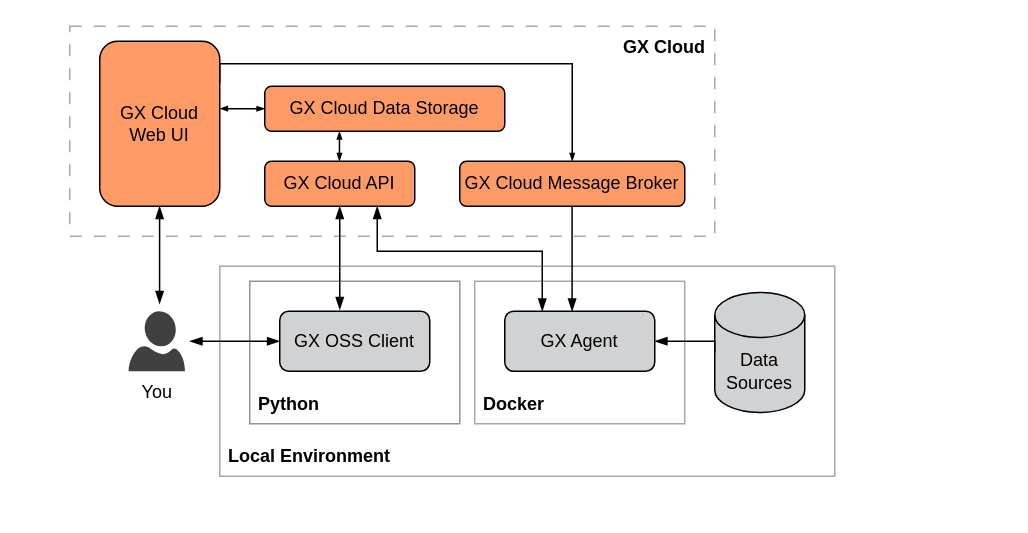
great-expectations/great_expectations keeps this draw.io diagram as page "deployment-gx-oss-local" (3 of 5) of docs/docusaurus/docs/cloud/architecture_deployment_images/gx_cloud_architecture_and_deployment_diagrams.drawio. Above is the earlier version. Source tidied: cells renumbered, new cells numbered last; positions are measured from the earlier drawing's top-left corner, leaving out a move shared by most shapes. Both pictures are drawn from the tidied source at 150%, with x=0, y=0 at pixel (69, 26).
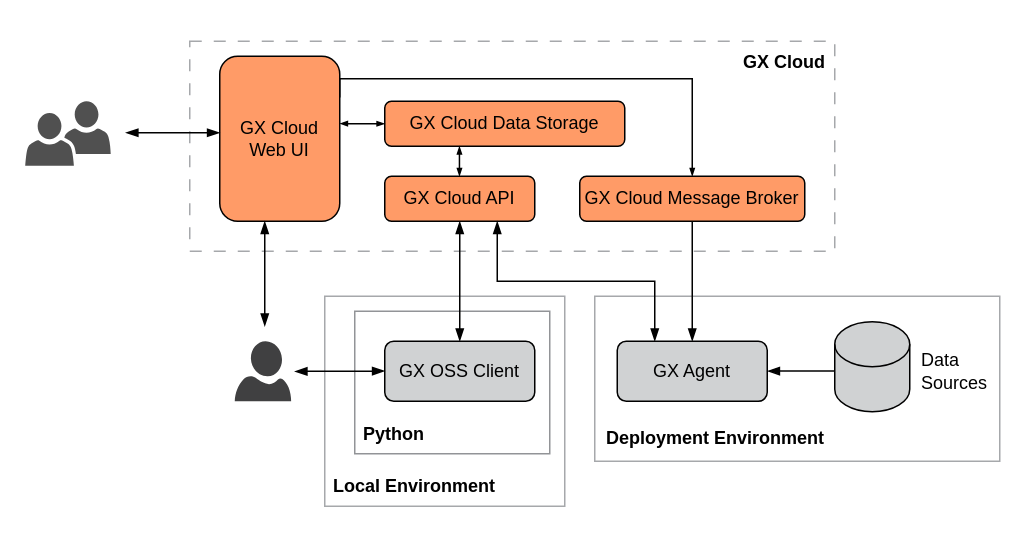
The same diagram, later.

Commit message (it also covers changes not shown here):
update About GX Cloud to reference GX Agent running in deployment environment

The edit, as a diff of the source:
```diff
@@
-    <mxCell id="2" style="rounded=0;whiteSpace=wrap;html=1;strokeColor=#a6a8ab;fillColor=none;dashed=1;dashPattern=8 8;" parent="1" vertex="1">
-      <mxGeometry width="430" height="140" as="geometry" />
-    </mxCell>
     <mxCell id="3" style="rounded=0;whiteSpace=wrap;html=1;strokeColor=#a6a8ab;fillColor=none;perimeterSpacing=0;" parent="1" vertex="1">
-      <mxGeometry x="100" y="160" width="410" height="140" as="geometry" />
+      <mxGeometry x="170" y="180" width="160" height="140" as="geometry" />
     </mxCell>
-    <mxCell id="4" style="rounded=0;whiteSpace=wrap;html=1;strokeColor=#a6a8ab;fillColor=none;perimeterSpacing=0;" parent="1" vertex="1">
-      <mxGeometry x="270" y="170" width="140" height="95" as="geometry" />
-    </mxCell>
-    <mxCell id="5" value="GX Cloud&lt;br&gt;Web UI" style="rounded=1;whiteSpace=wrap;html=1;strokeWidth=1;fillColor=#FF9B67;" parent="1" vertex="1">
-      <mxGeometry x="20" y="10" width="80" height="110" as="geometry" />
-    </mxCell>
-    <mxCell id="6" value="&lt;b&gt;GX Cloud&lt;/b&gt;" style="text;html=1;strokeColor=none;fillColor=none;align=right;verticalAlign=top;whiteSpace=wrap;rounded=0;spacing=0;spacingLeft=6;spacingTop=2;spacingRight=6;" parent="1" vertex="1">
-      <mxGeometry x="360" width="70" height="30" as="geometry" />
-    </mxCell>
     <mxCell id="7" value="&lt;b&gt;Local Environment&lt;/b&gt;" style="text;html=1;strokeColor=none;fillColor=none;align=left;verticalAlign=bottom;whiteSpace=wrap;rounded=0;spacing=0;spacingTop=2;spacingLeft=6;spacingRight=6;spacingBottom=6;" parent="1" vertex="1">
-      <mxGeometry x="100" y="270" width="120" height="30" as="geometry" />
+      <mxGeometry x="170" y="290" width="120" height="30" as="geometry" />
     </mxCell>
-    <mxCell id="8" value="GX Cloud Data Storage" style="rounded=1;whiteSpace=wrap;html=1;strokeWidth=1;fillColor=#FF9B67;" parent="1" vertex="1">
-      <mxGeometry x="130" y="40" width="160" height="30" as="geometry" />
-    </mxCell>
-    <mxCell id="9" value="GX Cloud API" style="rounded=1;whiteSpace=wrap;html=1;strokeWidth=1;fillColor=#FF9B67;" parent="1" vertex="1">
-      <mxGeometry x="130" y="90" width="100" height="30" as="geometry" />
-    </mxCell>
-    <mxCell id="10" style="shape=cylinder3;whiteSpace=wrap;html=1;boundedLbl=1;backgroundOutline=1;size=15;strokeWidth=1;fillColor=#D0D2D3;" parent="1" vertex="1">
-      <mxGeometry x="430" y="177.5" width="60" height="80" as="geometry" />
-    </mxCell>
-    <mxCell id="11" value="Data Sources" style="text;html=1;strokeColor=none;fillColor=none;align=center;verticalAlign=middle;whiteSpace=wrap;rounded=0;" parent="1" vertex="1">
-      <mxGeometry x="430" y="215" width="60" height="30" as="geometry" />
-    </mxCell>
-    <mxCell id="12" style="endArrow=blockThin;startArrow=none;html=1;rounded=0;startFill=0;edgeStyle=orthogonalEdgeStyle;endFill=1;exitX=0;exitY=0.5;exitDx=0;exitDy=0;exitPerimeter=0;entryX=1;entryY=0.5;entryDx=0;entryDy=0;" parent="1" edge="1" source="10" target="19">
-      <mxGeometry relative="1" as="geometry">
-        <Array as="points">
-          <mxPoint x="430" y="210" />
-        </Array>
-      </mxGeometry>
-    </mxCell>
-    <mxCell id="13" value="GX Cloud Message Broker" style="rounded=1;whiteSpace=wrap;html=1;strokeWidth=1;fillColor=#FF9B67;" parent="1" vertex="1">
-      <mxGeometry x="260" y="90" width="150" height="30" as="geometry" />
-    </mxCell>
-    <mxCell id="14" style="endArrow=blockThin;startArrow=blockThin;html=1;rounded=0;entryX=0.75;entryY=1;entryDx=0;entryDy=0;startFill=1;endFill=1;exitX=0.25;exitY=0;exitDx=0;exitDy=0;edgeStyle=orthogonalEdgeStyle;" parent="1" edge="1" source="19" target="9">
-      <mxGeometry relative="1" as="geometry">
-        <Array as="points">
-          <mxPoint x="315" y="150" />
-          <mxPoint x="205" y="150" />
-        </Array>
-      </mxGeometry>
-    </mxCell>
-    <mxCell id="15" style="endArrow=none;startArrow=blockThin;html=1;rounded=0;startFill=1;endFill=0;exitX=0.5;exitY=0;exitDx=0;exitDy=0;edgeStyle=orthogonalEdgeStyle;" parent="1" edge="1">
-      <mxGeometry relative="1" as="geometry">
-        <mxPoint x="334.9" y="190" as="sourcePoint" />
-        <mxPoint x="334.9" y="120" as="targetPoint" />
-      </mxGeometry>
-    </mxCell>
-    <mxCell id="16" style="endArrow=blockThin;html=1;rounded=0;startArrow=blockThin;startFill=1;endFill=1;endSize=3;startSize=3;entryX=0;entryY=0.5;entryDx=0;entryDy=0;" parent="1" edge="1" target="8">
-      <mxGeometry relative="1" as="geometry">
-        <mxPoint x="100" y="54.9" as="sourcePoint" />
-      </mxGeometry>
-    </mxCell>
-    <mxCell id="17" style="endArrow=blockThin;html=1;rounded=0;edgeStyle=orthogonalEdgeStyle;endFill=1;endSize=3;jumpStyle=arc;jumpSize=6;exitX=1;exitY=0.25;exitDx=0;exitDy=0;entryX=0.5;entryY=0;entryDx=0;entryDy=0;" parent="1" edge="1" source="5" target="13">
-      <mxGeometry relative="1" as="geometry">
-        <Array as="points">
-          <mxPoint x="100" y="25" />
-          <mxPoint x="335" y="25" />
-        </Array>
-      </mxGeometry>
-    </mxCell>
-    <mxCell id="18" value="&lt;b&gt;Docker&lt;/b&gt;" style="text;html=1;strokeColor=none;fillColor=none;align=left;verticalAlign=bottom;whiteSpace=wrap;rounded=0;spacing=0;spacingTop=2;spacingLeft=6;spacingRight=6;spacingBottom=6;" parent="1" vertex="1">
-      <mxGeometry x="270" y="235" width="60" height="30" as="geometry" />
-    </mxCell>
-    <mxCell id="19" value="GX Agent" style="rounded=1;whiteSpace=wrap;html=1;glass=0;strokeWidth=1;fillColor=#D0D2D3;" parent="1" vertex="1">
-      <mxGeometry x="290" y="190" width="100" height="40" as="geometry" />
-    </mxCell>
-    <mxCell id="20" value="You" style="sketch=0;shadow=0;dashed=0;html=1;strokeColor=none;labelPosition=center;verticalLabelPosition=bottom;verticalAlign=top;align=center;fillColor=#404041;shape=mxgraph.azure.user;" parent="1" vertex="1">
-      <mxGeometry x="39.2" y="190" width="37.6" height="40" as="geometry" />
-    </mxCell>
     <mxCell id="21" style="rounded=0;whiteSpace=wrap;html=1;strokeColor=#929497;fillColor=none;perimeterSpacing=0;" parent="1" vertex="1">
-      <mxGeometry x="120" y="170" width="140" height="95" as="geometry" />
+      <mxGeometry x="190" y="190" width="130" height="95" as="geometry" />
     </mxCell>
     <mxCell id="22" value="&lt;b&gt;Python&lt;/b&gt;" style="text;html=1;strokeColor=none;fillColor=none;align=left;verticalAlign=bottom;whiteSpace=wrap;rounded=0;spacing=0;spacingTop=2;spacingLeft=6;spacingRight=6;spacingBottom=6;" parent="1" vertex="1">
-      <mxGeometry x="120" y="235" width="60" height="30" as="geometry" />
+      <mxGeometry x="190" y="255" width="60" height="30" as="geometry" />
     </mxCell>
     <mxCell id="23" value="GX OSS Client" style="rounded=1;whiteSpace=wrap;html=1;glass=0;strokeWidth=1;fillColor=#D0D2D3;" parent="1" vertex="1">
-      <mxGeometry x="140" y="190" width="100" height="40" as="geometry" />
+      <mxGeometry x="210" y="210" width="100" height="40" as="geometry" />
     </mxCell>
-    <mxCell id="24" style="endArrow=blockThin;startArrow=blockThin;html=1;rounded=0;startFill=1;endFill=1;edgeStyle=orthogonalEdgeStyle;entryX=0;entryY=0.5;entryDx=0;entryDy=0;" parent="1" edge="1" target="23">
-      <mxGeometry relative="1" as="geometry">
-        <mxPoint x="80" y="210" as="sourcePoint" />
-        <Array as="points">
-          <mxPoint x="80" y="210" />
-        </Array>
-      </mxGeometry>
-    </mxCell>
-    <mxCell id="25" style="endArrow=blockThin;startArrow=blockThin;html=1;rounded=0;entryX=0.5;entryY=1;entryDx=0;entryDy=0;exitX=0.4;exitY=-0.025;exitDx=0;exitDy=0;exitPerimeter=0;startFill=1;endFill=1;" parent="1" edge="1" source="23" target="9">
-      <mxGeometry relative="1" as="geometry" />
-    </mxCell>
-    <mxCell id="26" style="endArrow=blockThin;startArrow=blockThin;html=1;rounded=0;startFill=1;endFill=1;endSize=3;startSize=3;" parent="1" edge="1">
-      <mxGeometry relative="1" as="geometry">
-        <mxPoint x="179.8" y="90" as="sourcePoint" />
-        <mxPoint x="179.8" y="70" as="targetPoint" />
-      </mxGeometry>
-    </mxCell>
-    <mxCell id="27" style="endArrow=blockThin;startArrow=blockThin;html=1;rounded=0;entryX=0.5;entryY=1;entryDx=0;entryDy=0;startFill=1;endFill=1;" parent="1" edge="1">
-      <mxGeometry relative="1" as="geometry">
-        <mxPoint x="59.9" y="185" as="sourcePoint" />
-        <mxPoint x="59.9" y="120" as="targetPoint" />
-      </mxGeometry>
-    </mxCell>
+    <mxCell id="28" style="rounded=0;whiteSpace=wrap;html=1;strokeColor=#A6A8AB;fillColor=none;dashed=1;dashPattern=8 8;" parent="1" vertex="1">
+      <mxGeometry x="80" y="10" width="430" height="140" as="geometry" />
+    </mxCell>
+    <mxCell id="29" style="rounded=0;whiteSpace=wrap;html=1;strokeColor=#A6A8AB;fillColor=none;perimeterSpacing=0;" parent="1" vertex="1">
+      <mxGeometry x="350" y="180" width="270" height="110" as="geometry" />
+    </mxCell>
+    <mxCell id="30" style="shape=cylinder3;whiteSpace=wrap;html=1;boundedLbl=1;backgroundOutline=1;size=15;strokeWidth=1;fillColor=#D0D2D3;" parent="1" vertex="1">
+      <mxGeometry x="510" y="197" width="50" height="60" as="geometry" />
+    </mxCell>
+    <mxCell id="11" value="Data Sources" style="text;html=1;strokeColor=none;fillColor=none;align=left;verticalAlign=middle;whiteSpace=wrap;rounded=0;" parent="1" vertex="1">
+      <mxGeometry x="566" y="215" width="52.5" height="30" as="geometry" />
+    </mxCell>
+    <mxCell id="31" style="endArrow=blockThin;startArrow=blockThin;html=1;rounded=0;entryX=0.5;entryY=1;entryDx=0;entryDy=0;startFill=1;endFill=1;exitX=0.5;exitY=0;exitDx=0;exitDy=0;" parent="1" edge="1" source="23">
+      <mxGeometry relative="1" as="geometry">
+        <mxPoint x="260" y="130" as="targetPoint" />
+      </mxGeometry>
+    </mxCell>
+    <mxCell id="32" style="endArrow=none;startArrow=blockThin;html=1;rounded=0;startFill=1;endFill=0;exitX=0.5;exitY=0;exitDx=0;exitDy=0;edgeStyle=orthogonalEdgeStyle;entryX=0.5;entryY=1;entryDx=0;entryDy=0;" parent="1" edge="1" source="19" target="13">
+      <mxGeometry relative="1" as="geometry">
+        <Array as="points">
+          <mxPoint x="415" y="210" />
+        </Array>
+      </mxGeometry>
+    </mxCell>
+    <mxCell id="19" value="GX Agent" style="rounded=1;whiteSpace=wrap;html=1;glass=0;strokeWidth=1;fillColor=#D0D2D3;" parent="1" vertex="1">
+      <mxGeometry x="365" y="210" width="100" height="40" as="geometry" />
+    </mxCell>
+    <mxCell id="33" style="sketch=0;shadow=0;dashed=0;html=1;strokeColor=none;labelPosition=center;verticalLabelPosition=bottom;verticalAlign=top;align=center;fillColor=#404041;shape=mxgraph.azure.user;" parent="1" vertex="1">
+      <mxGeometry x="110" y="210" width="37.6" height="40" as="geometry" />
+    </mxCell>
+    <mxCell id="5" value="GX Cloud&lt;br&gt;Web UI" style="rounded=1;whiteSpace=wrap;html=1;strokeWidth=1;fillColor=#FF9B67;" parent="1" vertex="1">
+      <mxGeometry x="100" y="20" width="80" height="110" as="geometry" />
+    </mxCell>
+    <mxCell id="6" value="&lt;b&gt;GX Cloud&lt;/b&gt;" style="text;html=1;strokeColor=none;fillColor=none;align=right;verticalAlign=top;whiteSpace=wrap;rounded=0;spacing=0;spacingLeft=6;spacingTop=2;spacingRight=6;" parent="1" vertex="1">
+      <mxGeometry x="440" y="10" width="70" height="30" as="geometry" />
+    </mxCell>
+    <mxCell id="8" value="GX Cloud Data Storage" style="rounded=1;whiteSpace=wrap;html=1;strokeWidth=1;fillColor=#FF9B67;" parent="1" vertex="1">
+      <mxGeometry x="210" y="50" width="160" height="30" as="geometry" />
+    </mxCell>
+    <mxCell id="9" value="GX Cloud API" style="rounded=1;whiteSpace=wrap;html=1;strokeWidth=1;fillColor=#FF9B67;" parent="1" vertex="1">
+      <mxGeometry x="210" y="100" width="100" height="30" as="geometry" />
+    </mxCell>
+    <mxCell id="13" value="GX Cloud Message Broker" style="rounded=1;whiteSpace=wrap;html=1;strokeWidth=1;fillColor=#FF9B67;" parent="1" vertex="1">
+      <mxGeometry x="340" y="100" width="150" height="30" as="geometry" />
+    </mxCell>
+    <mxCell id="34" style="endArrow=blockThin;html=1;rounded=0;startArrow=blockThin;startFill=1;endFill=1;endSize=3;startSize=3;entryX=0;entryY=0.5;entryDx=0;entryDy=0;" parent="1" edge="1" target="8">
+      <mxGeometry relative="1" as="geometry">
+        <mxPoint x="180" y="64.9" as="sourcePoint" />
+      </mxGeometry>
+    </mxCell>
+    <mxCell id="17" style="endArrow=blockThin;html=1;rounded=0;edgeStyle=orthogonalEdgeStyle;endFill=1;endSize=3;jumpStyle=arc;jumpSize=6;exitX=1;exitY=0.25;exitDx=0;exitDy=0;entryX=0.5;entryY=0;entryDx=0;entryDy=0;" parent="1" edge="1" source="5" target="13">
+      <mxGeometry relative="1" as="geometry">
+        <Array as="points">
+          <mxPoint x="180" y="35" />
+          <mxPoint x="415" y="35" />
+        </Array>
+      </mxGeometry>
+    </mxCell>
+    <mxCell id="35" style="endArrow=blockThin;startArrow=blockThin;html=1;rounded=0;startFill=1;endFill=1;endSize=3;startSize=3;" parent="1" edge="1">
+      <mxGeometry relative="1" as="geometry">
+        <mxPoint x="259.8" y="100" as="sourcePoint" />
+        <mxPoint x="259.8" y="80" as="targetPoint" />
+      </mxGeometry>
+    </mxCell>
+    <mxCell id="36" value="&lt;b&gt;Deployment Environment&lt;/b&gt;" style="text;html=1;strokeColor=none;fillColor=none;align=left;verticalAlign=bottom;whiteSpace=wrap;rounded=0;spacing=8;spacingTop=0;spacingLeft=0;spacingRight=0;spacingBottom=0;" parent="1" vertex="1">
+      <mxGeometry x="350" y="260" width="160" height="30" as="geometry" />
+    </mxCell>
+    <mxCell id="37" style="sketch=0;shadow=0;dashed=0;html=1;strokeColor=none;fillColor=#505050;labelPosition=center;verticalLabelPosition=bottom;verticalAlign=top;align=center;shape=mxgraph.office.users.users_two;" parent="1" vertex="1">
+      <mxGeometry x="-29.7" y="50" width="57" height="43" as="geometry" />
+    </mxCell>
+    <mxCell id="38" style="endArrow=none;startArrow=blockThin;html=1;rounded=0;startFill=1;endFill=0;exitX=0.5;exitY=0;exitDx=0;exitDy=0;" parent="1" edge="1">
+      <mxGeometry relative="1" as="geometry">
+        <mxPoint x="465" y="229.9" as="sourcePoint" />
+        <mxPoint x="510" y="229.9" as="targetPoint" />
+      </mxGeometry>
+    </mxCell>
+    <mxCell id="39" style="endArrow=blockThin;startArrow=blockThin;html=1;rounded=0;startFill=1;endFill=1;exitX=0.5;exitY=0;exitDx=0;exitDy=0;" parent="1" edge="1">
+      <mxGeometry relative="1" as="geometry">
+        <mxPoint x="37.3" y="71" as="sourcePoint" />
+        <mxPoint x="100" y="71" as="targetPoint" />
+      </mxGeometry>
+    </mxCell>
+    <mxCell id="40" style="endArrow=blockThin;startArrow=blockThin;html=1;rounded=0;entryX=0.25;entryY=0;entryDx=0;entryDy=0;startFill=1;endFill=1;exitX=0.75;exitY=1;exitDx=0;exitDy=0;edgeStyle=orthogonalEdgeStyle;" parent="1" edge="1" source="9" target="19">
+      <mxGeometry relative="1" as="geometry" />
+    </mxCell>
+    <mxCell id="41" style="endArrow=blockThin;startArrow=blockThin;html=1;rounded=0;entryX=0.5;entryY=1;entryDx=0;entryDy=0;startFill=1;endFill=1;" parent="1" edge="1">
+      <mxGeometry relative="1" as="geometry">
+        <mxPoint x="130" y="200" as="sourcePoint" />
+        <mxPoint x="130" y="130" as="targetPoint" />
+      </mxGeometry>
+    </mxCell>
+    <mxCell id="42" style="endArrow=blockThin;startArrow=blockThin;html=1;rounded=0;startFill=1;endFill=1;" parent="1" edge="1">
+      <mxGeometry relative="1" as="geometry">
+        <mxPoint x="150" y="230.1" as="sourcePoint" />
+        <mxPoint x="210" y="229.9" as="targetPoint" />
+      </mxGeometry>
+    </mxCell>
```
